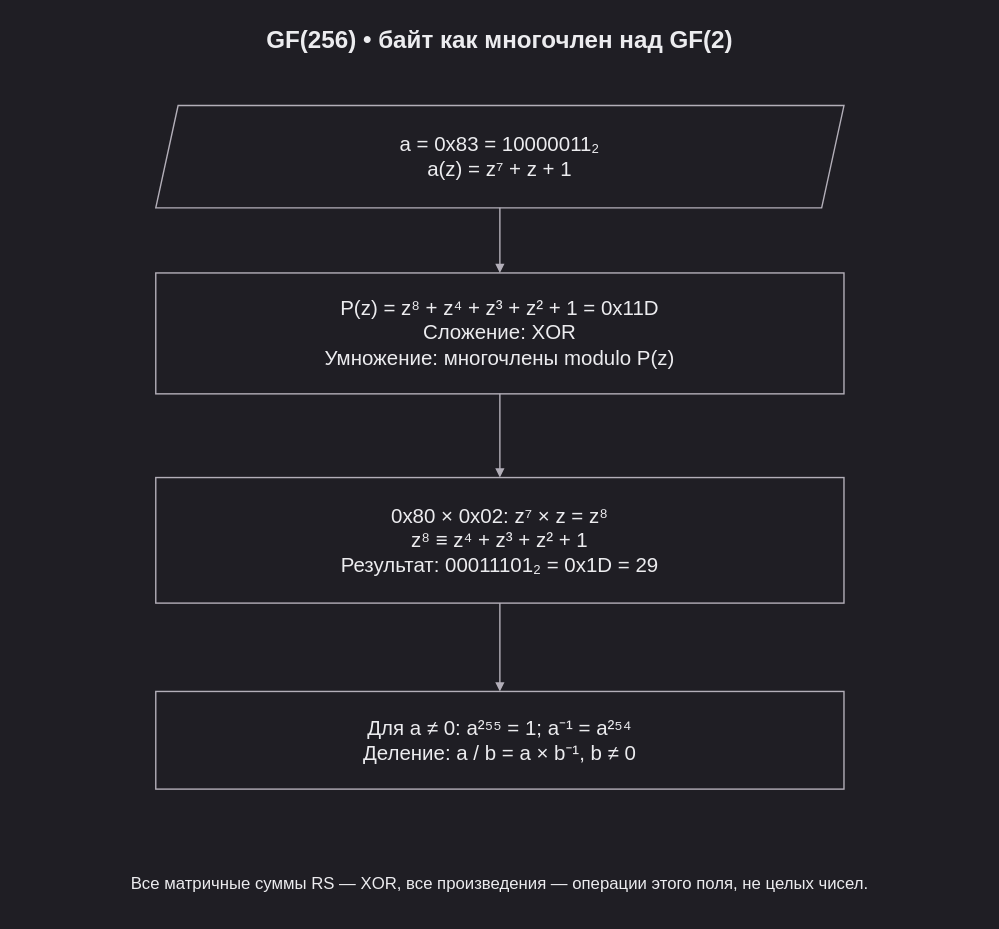
Above: page "gf256" (6 of 29) of docs/diagrams.drawio in SM1LEK/TEST (draw.io), before the change. Source tidied: cells renumbered, new cells numbered last; positions are measured from the earlier drawing's top-left corner, leaving out a move shared by most shapes. Both pictures are drawn from the tidied source at 93%, with x=0, y=0 at pixel (16, 16).
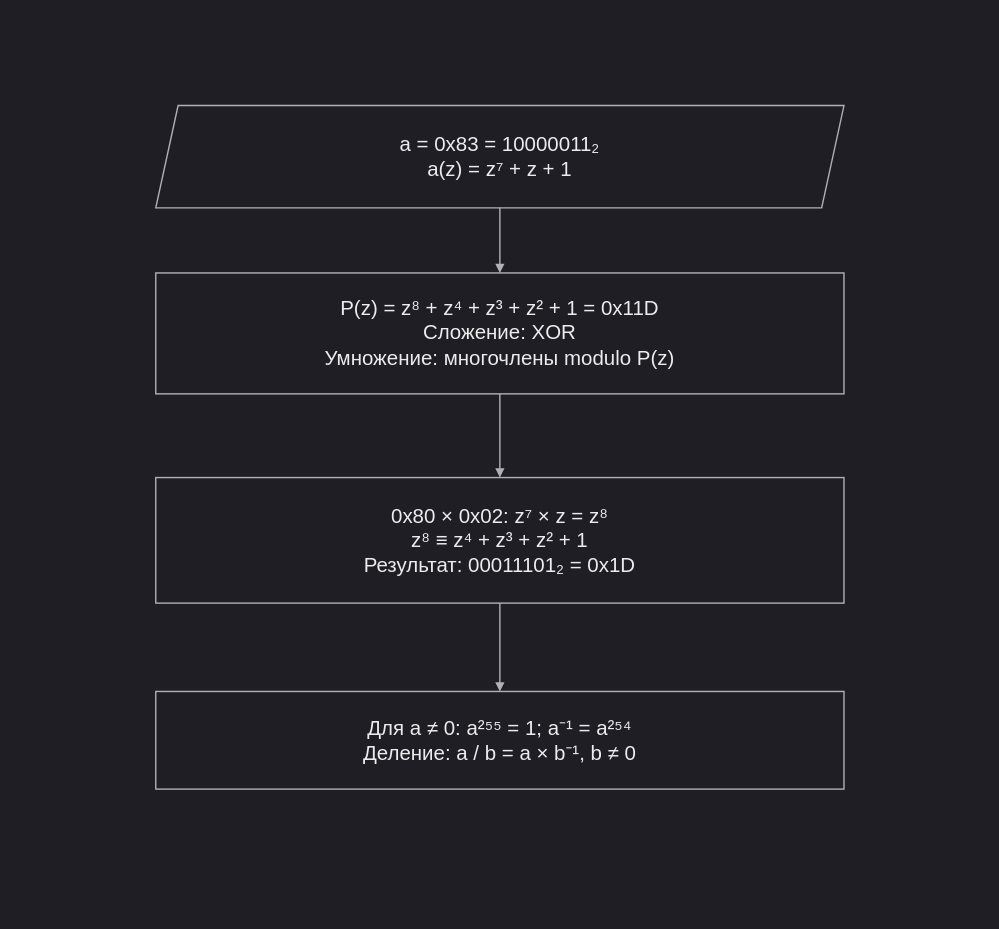
Above is the later version.

Diff of the diagram source:
```diff
@@
 <mxGraphModel background="#1f1e24">
   <root>
     <mxCell id="0" />
     <mxCell id="1" parent="0" />
-    <mxCell id="2" value="GF(256) • байт как многочлен над GF(2)" style="text;whiteSpace=wrap;html=0;fontFamily=Arial;fontSize=26;fontColor=#ececef;strokeColor=#b3afb9;fillColor=#1f1e24;strokeWidth=1.5;align=center;verticalAlign=middle;spacing=10;labelBackgroundColor=none;fontStyle=1;strokeColor=none;fillColor=none;" parent="1" vertex="1">
-      <mxGeometry width="1040" height="52" as="geometry" />
-    </mxCell>
     <mxCell id="3" value="a = 0x83 = 10000011₂&#10;a(z) = z⁷ + z + 1" style="whiteSpace=wrap;html=0;fontFamily=Arial;fontSize=22;fontColor=#ececef;strokeColor=#b3afb9;fillColor=#1f1e24;strokeWidth=1.5;align=center;verticalAlign=middle;spacing=10;labelBackgroundColor=none;shape=parallelogram;perimeter=parallelogramPerimeter;fixedSize=1;size=24;" parent="1" vertex="1">
       <mxGeometry x="150" y="96" width="740" height="110" as="geometry" />
     </mxCell>
     <mxCell id="4" value="P(z) = z⁸ + z⁴ + z³ + z² + 1 = 0x11D&#10;Сложение: XOR&#10;Умножение: многочлены modulo P(z)" style="whiteSpace=wrap;html=0;fontFamily=Arial;fontSize=22;fontColor=#ececef;strokeColor=#b3afb9;fillColor=#1f1e24;strokeWidth=1.5;align=center;verticalAlign=middle;spacing=10;labelBackgroundColor=none;rounded=0;" parent="1" vertex="1">
       <mxGeometry x="150" y="276" width="740" height="130" as="geometry" />
     </mxCell>
     <mxCell id="5" style="edgeStyle=none;rounded=0;html=0;strokeColor=#b3afb9;strokeWidth=1.5;endArrow=block;endFill=1;exitX=0.5;exitY=1;entryX=0.5;entryY=0;exitPerimeter=1;entryPerimeter=1;dashed=0;" parent="1" edge="1" source="3" target="4">
       <mxGeometry relative="1" as="geometry" />
     </mxCell>
-    <mxCell id="6" value="0x80 × 0x02: z⁷ × z = z⁸&#10;z⁸ ≡ z⁴ + z³ + z² + 1&#10;Результат: 00011101₂ = 0x1D = 29" style="whiteSpace=wrap;html=0;fontFamily=Arial;fontSize=22;fontColor=#ececef;strokeColor=#b3afb9;fillColor=#1f1e24;strokeWidth=1.5;align=center;verticalAlign=middle;spacing=10;labelBackgroundColor=none;rounded=0;" parent="1" vertex="1">
+    <mxCell id="6" value="0x80 × 0x02: z⁷ × z = z⁸&#10;z⁸ ≡ z⁴ + z³ + z² + 1&#10;Результат: 00011101₂ = 0x1D" style="whiteSpace=wrap;html=0;fontFamily=Arial;fontSize=22;fontColor=#ececef;strokeColor=#b3afb9;fillColor=#1f1e24;strokeWidth=1.5;align=center;verticalAlign=middle;spacing=10;labelBackgroundColor=none;rounded=0;" parent="1" vertex="1">
       <mxGeometry x="150" y="496" width="740" height="135" as="geometry" />
     </mxCell>
     <mxCell id="7" style="edgeStyle=none;rounded=0;html=0;strokeColor=#b3afb9;strokeWidth=1.5;endArrow=block;endFill=1;exitX=0.5;exitY=1;entryX=0.5;entryY=0;exitPerimeter=1;entryPerimeter=1;dashed=0;" parent="1" edge="1" source="4" target="6">
       <mxGeometry relative="1" as="geometry" />
     </mxCell>
     <mxCell id="8" value="Для a ≠ 0: a²⁵⁵ = 1; a⁻¹ = a²⁵⁴&#10;Деление: a / b = a × b⁻¹, b ≠ 0" style="whiteSpace=wrap;html=0;fontFamily=Arial;fontSize=22;fontColor=#ececef;strokeColor=#b3afb9;fillColor=#1f1e24;strokeWidth=1.5;align=center;verticalAlign=middle;spacing=10;labelBackgroundColor=none;rounded=0;" parent="1" vertex="1">
       <mxGeometry x="150" y="726" width="740" height="105" as="geometry" />
     </mxCell>
     <mxCell id="9" style="edgeStyle=none;rounded=0;html=0;strokeColor=#b3afb9;strokeWidth=1.5;endArrow=block;endFill=1;exitX=0.5;exitY=1;entryX=0.5;entryY=0;exitPerimeter=1;entryPerimeter=1;dashed=0;" parent="1" edge="1" source="6" target="8">
       <mxGeometry relative="1" as="geometry" />
     </mxCell>
-    <mxCell id="10" value="Все матричные суммы RS — XOR, все произведения — операции этого поля, не целых чисел." style="text;whiteSpace=wrap;html=0;fontFamily=Arial;fontSize=18;fontColor=#ececef;strokeColor=#b3afb9;fillColor=#1f1e24;strokeWidth=1.5;align=center;verticalAlign=middle;spacing=10;labelBackgroundColor=none;strokeColor=none;fillColor=none;" parent="1" vertex="1">
-      <mxGeometry y="901" width="1040" height="64" as="geometry" />
-    </mxCell>
   </root>
 </mxGraphModel>
```
